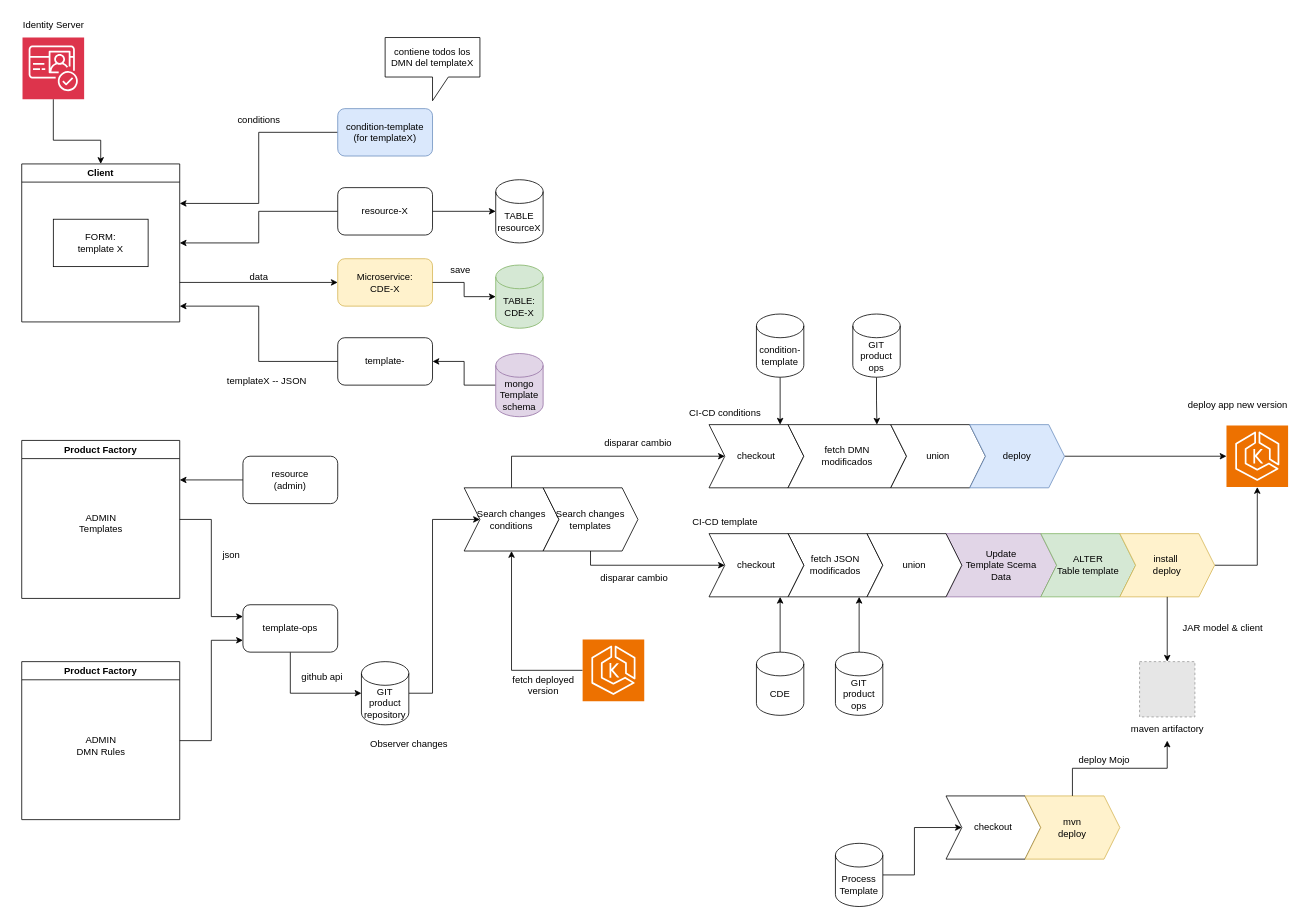
Above: fabrica-productos.drawio in saman-core/docs (draw.io), before the change. Source tidied: cells renumbered, new cells numbered last; positions are measured from the earlier drawing's top-left corner, leaving out a move shared by most shapes. Both pictures are drawn from the tidied source at 79%, with x=0, y=0 at pixel (13, 13). Pictures stored in the file or linked from it are replaced by grey dashed boxes.
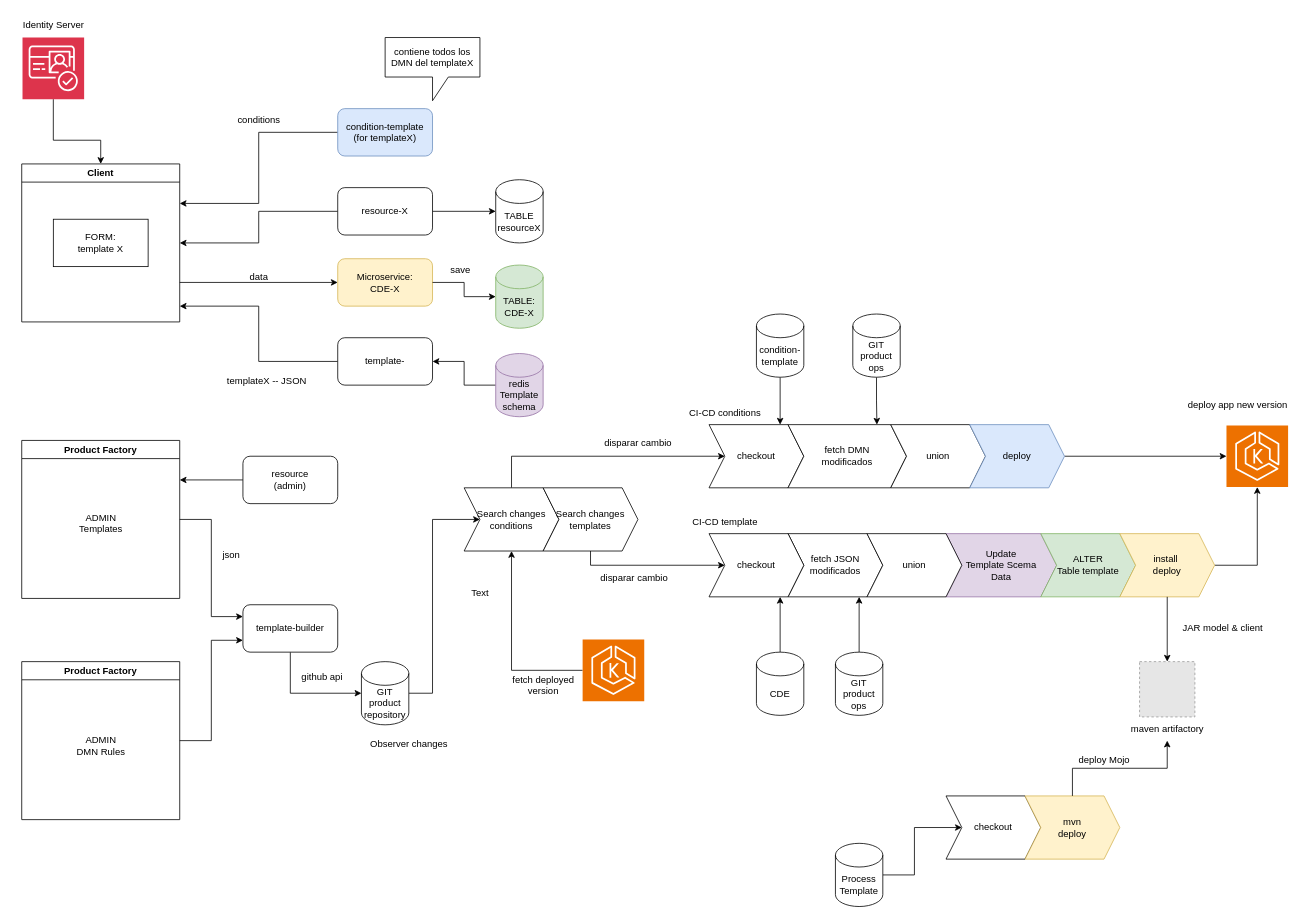
After the change.

The edit, as a diff of the source:
```diff
@@
-    <mxCell id="5" value="template-ops" style="rounded=1;whiteSpace=wrap;html=1;" parent="1" vertex="1">
+    <mxCell id="5" value="template-builder" style="rounded=1;whiteSpace=wrap;html=1;" parent="1" vertex="1">
       <mxGeometry x="290" y="748" width="120" height="60" as="geometry" />
     </mxCell>
@@
-    <mxCell id="21" value="mongo&lt;br&gt;Template&lt;br&gt;schema" style="shape=cylinder3;whiteSpace=wrap;html=1;boundedLbl=1;backgroundOutline=1;size=15;fillColor=#e1d5e7;strokeColor=#9673a6;" parent="1" vertex="1">
+    <mxCell id="21" value="redis&lt;br&gt;Template&lt;br&gt;schema" style="shape=cylinder3;whiteSpace=wrap;html=1;boundedLbl=1;backgroundOutline=1;size=15;fillColor=#e1d5e7;strokeColor=#9673a6;" parent="1" vertex="1">
       <mxGeometry x="610" y="430" width="60" height="80" as="geometry" />
     </mxCell>
@@
+    <mxCell id="84" value="Text" style="text;html=1;align=center;verticalAlign=middle;strokeColor=none;fillColor=none;" parent="1" vertex="1">
+      <mxGeometry x="565" y="718" width="50" height="30" as="geometry" />
+    </mxCell>
```
